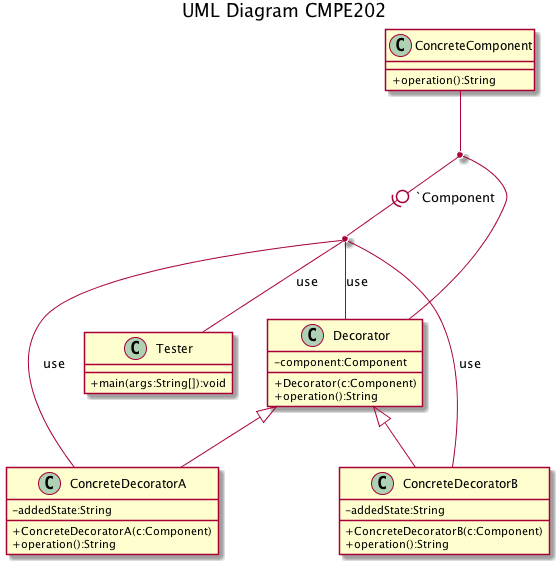
Earlier version of the PlantUML export test.png (JianweiHan/PersonalProjectExt).
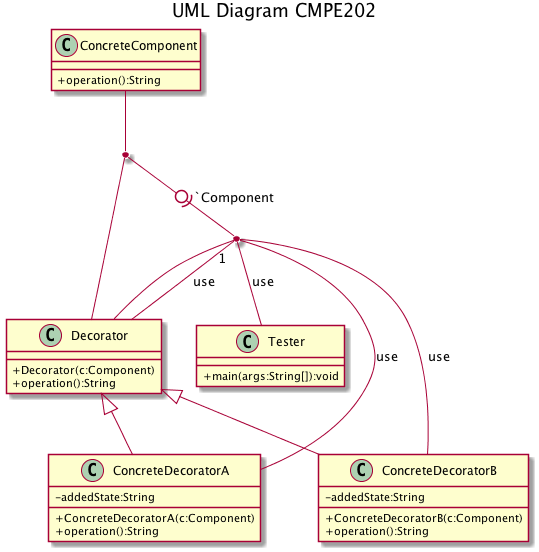
After the change.

What changed in the source:
```diff
@@ -22,7 +22,6 @@
 +operation():String
 }
 class Decorator {
--component:Component
 __
 +Decorator(c:Component)
 +operation():String
@@ -42,4 +41,5 @@
 1 -- ConcreteDecoratorB:use
 1 -- Decorator:use
 1 -- Tester:use
+1 "1" -- Decorator
 @enduml
```
